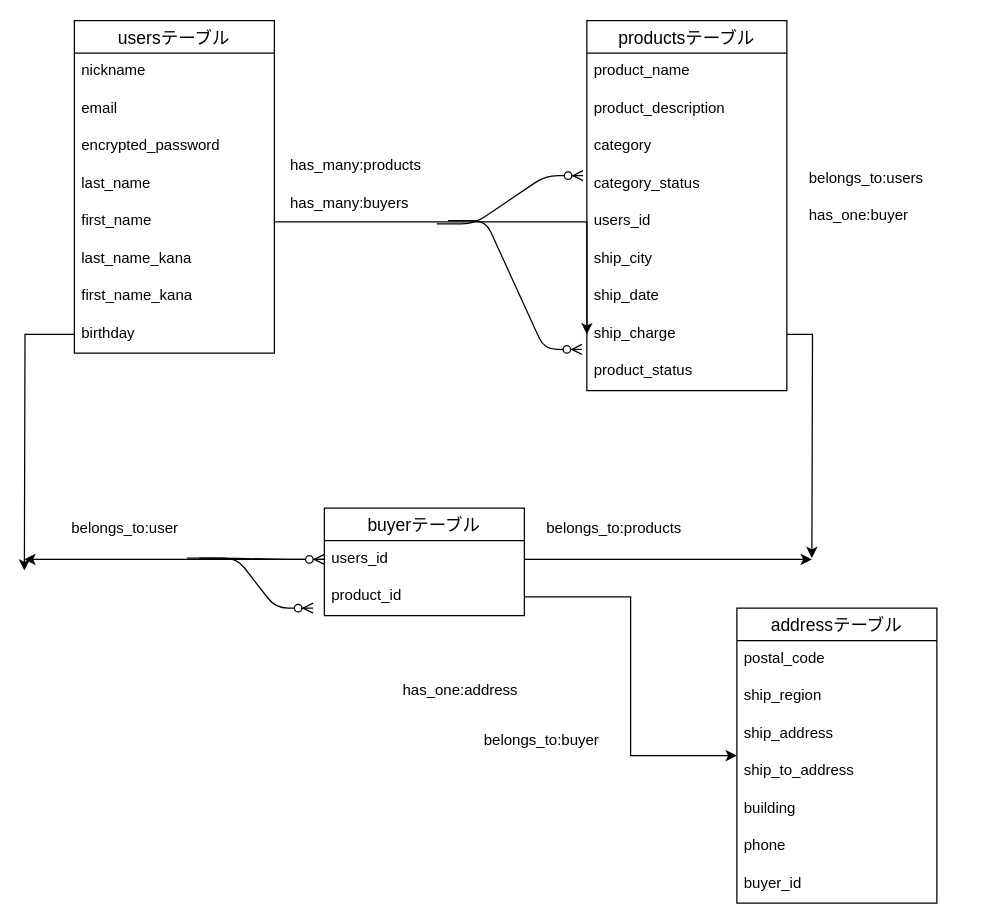
yuuki-ebinuma/furima-34477 keeps this draw.io diagram as er.dio. Above is the earlier version. Source tidied: cells renumbered, new cells numbered last; positions are measured from the earlier drawing's top-left corner, leaving out a move shared by most shapes. Both pictures are drawn from the tidied source at 125%, with x=0, y=0 at pixel (24, 20).
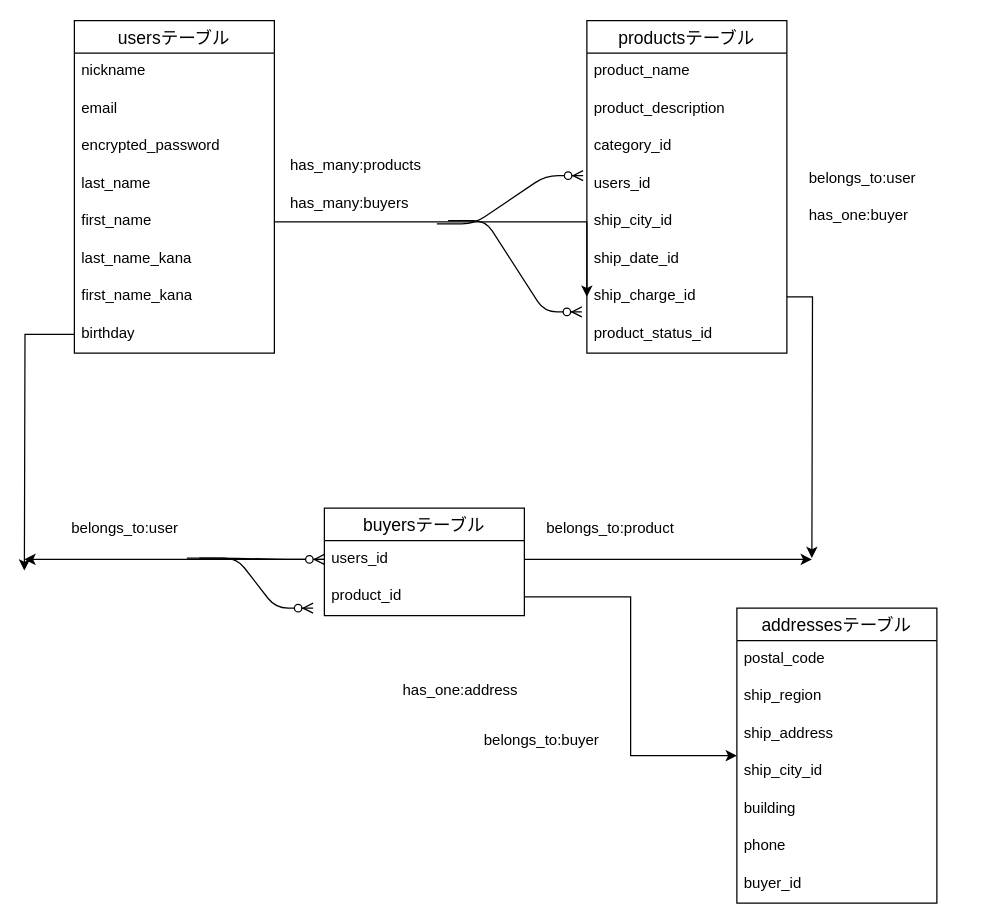
The same page after the edit.

Commit message (it also covers changes not shown here):
データベース修正2

The change refers to these unchanged cells:
```xml
<mxCell id="46" style="shape=partialRectangle;fillColor=none;top=0;left=0;bottom=0;right=0;" parent="45" vertex="1">
  <mxGeometry width="180" height="30" as="geometry" />
</mxCell>
<mxCell id="54" style="shape=partialRectangle;fillColor=none;top=0;left=0;bottom=0;right=0;" parent="53" vertex="1">
  <mxGeometry width="180" height="30" as="geometry" />
</mxCell>
```

Diff of the diagram source:
```diff
@@
     <mxCell id="11" value="productsテーブル" style="swimlane;fontStyle=0;horizontal=1;startSize=26;align=center;fontSize=14;" parent="1" vertex="1">
-      <mxGeometry x="450" width="160" height="296" as="geometry" />
+      <mxGeometry x="450" width="160" height="266" as="geometry" />
     </mxCell>
@@
-    <mxCell id="14" value="category" style="text;strokeColor=none;fillColor=none;spacingLeft=4;spacingRight=4;overflow=hidden;fontSize=12;" parent="11" vertex="1">
+    <mxCell id="14" value="category_id" style="text;strokeColor=none;fillColor=none;spacingLeft=4;spacingRight=4;overflow=hidden;fontSize=12;" parent="11" vertex="1">
       <mxGeometry y="86" width="160" height="30" as="geometry" />
     </mxCell>
-    <mxCell id="15" value="category_status" style="text;strokeColor=none;fillColor=none;spacingLeft=4;spacingRight=4;overflow=hidden;points=[[0,0.5],[1,0.5]];portConstraint=eastwest;fontSize=12;" parent="11" vertex="1">
-      <mxGeometry y="116" width="160" height="30" as="geometry" />
-    </mxCell>
     <mxCell id="16" value="users_id" style="text;strokeColor=none;fillColor=none;spacingLeft=4;spacingRight=4;overflow=hidden;fontSize=12;" parent="11" vertex="1">
-      <mxGeometry y="146" width="160" height="30" as="geometry" />
+      <mxGeometry y="116" width="160" height="30" as="geometry" />
     </mxCell>
-    <mxCell id="17" value="ship_city" style="text;strokeColor=none;fillColor=none;spacingLeft=4;spacingRight=4;overflow=hidden;fontSize=12;" parent="11" vertex="1">
-      <mxGeometry y="176" width="160" height="30" as="geometry" />
+    <mxCell id="17" value="ship_city_id" style="text;strokeColor=none;fillColor=none;spacingLeft=4;spacingRight=4;overflow=hidden;fontSize=12;" parent="11" vertex="1">
+      <mxGeometry y="146" width="160" height="30" as="geometry" />
     </mxCell>
-    <mxCell id="18" value="ship_date" style="text;strokeColor=none;fillColor=none;spacingLeft=4;spacingRight=4;overflow=hidden;fontSize=12;" parent="11" vertex="1">
-      <mxGeometry y="206" width="160" height="30" as="geometry" />
+    <mxCell id="18" value="ship_date_id" style="text;strokeColor=none;fillColor=none;spacingLeft=4;spacingRight=4;overflow=hidden;fontSize=12;" parent="11" vertex="1">
+      <mxGeometry y="176" width="160" height="30" as="geometry" />
     </mxCell>
-    <mxCell id="19" value="ship_charge" style="text;strokeColor=none;fillColor=none;spacingLeft=4;spacingRight=4;overflow=hidden;points=[[0,0.5],[1,0.5]];portConstraint=eastwest;fontSize=12;" parent="11" vertex="1">
-      <mxGeometry y="236" width="160" height="30" as="geometry" />
+    <mxCell id="19" value="ship_charge_id" style="text;strokeColor=none;fillColor=none;spacingLeft=4;spacingRight=4;overflow=hidden;points=[[0,0.5],[1,0.5]];portConstraint=eastwest;fontSize=12;" parent="11" vertex="1">
+      <mxGeometry y="206" width="160" height="30" as="geometry" />
     </mxCell>
-    <mxCell id="20" value="product_status" style="text;strokeColor=none;fillColor=none;spacingLeft=4;spacingRight=4;overflow=hidden;fontSize=12;" parent="11" vertex="1">
-      <mxGeometry y="266" width="160" height="30" as="geometry" />
+    <mxCell id="20" value="product_status_id" style="text;strokeColor=none;fillColor=none;spacingLeft=4;spacingRight=4;overflow=hidden;fontSize=12;" parent="11" vertex="1">
+      <mxGeometry y="236" width="160" height="30" as="geometry" />
     </mxCell>
-    <mxCell id="21" value="buyerテーブル" style="swimlane;fontStyle=0;horizontal=1;startSize=26;align=center;fontSize=14;" parent="1" vertex="1">
+    <mxCell id="21" value="buyersテーブル" style="swimlane;fontStyle=0;horizontal=1;startSize=26;align=center;fontSize=14;" parent="1" vertex="1">
       <mxGeometry x="240" y="390" width="160" height="86" as="geometry" />
     </mxCell>
@@
-    <mxCell id="24" value="addressテーブル" style="swimlane;fontStyle=0;horizontal=1;startSize=26;align=center;fontSize=14;" parent="1" vertex="1">
+    <mxCell id="24" value="addressesテーブル" style="swimlane;fontStyle=0;horizontal=1;startSize=26;align=center;fontSize=14;" parent="1" vertex="1">
       <mxGeometry x="570" y="470" width="160" height="236" as="geometry" />
     </mxCell>
@@
-    <mxCell id="28" value="ship_to_address" style="text;strokeColor=none;fillColor=none;spacingLeft=4;spacingRight=4;overflow=hidden;fontSize=12;" parent="24" vertex="1">
+    <mxCell id="28" value="ship_city_id" style="text;strokeColor=none;fillColor=none;spacingLeft=4;spacingRight=4;overflow=hidden;fontSize=12;" parent="24" vertex="1">
       <mxGeometry y="116" width="160" height="30" as="geometry" />
     </mxCell>
@@
-    <mxCell id="39" style="edgeStyle=entityRelationEdgeStyle;fontSize=12;html=1;endArrow=ERzeroToMany;endFill=1;entryX=-0.019;entryY=0.267;entryDx=0;entryDy=0;entryPerimeter=0;" parent="1" edge="1" target="15">
+    <mxCell id="39" style="edgeStyle=entityRelationEdgeStyle;fontSize=12;html=1;endArrow=ERzeroToMany;endFill=1;entryX=-0.019;entryY=0.267;entryDx=0;entryDy=0;entryPerimeter=0;" parent="1" edge="1">
       <mxGeometry relative="1" as="geometry">
         <mxPoint x="330" y="162.5" as="sourcePoint" />
+        <mxPoint x="447" y="124" as="targetPoint" />
       </mxGeometry>
     </mxCell>
@@
-    <mxCell id="48" value="belongs_to:users" style="shape=partialRectangle;fillColor=none;top=0;left=0;bottom=0;right=0;align=left;spacingLeft=6;overflow=hidden;" parent="46" vertex="1">
+    <mxCell id="48" value="belongs_to:user" style="shape=partialRectangle;fillColor=none;top=0;left=0;bottom=0;right=0;align=left;spacingLeft=6;overflow=hidden;" parent="46" vertex="1">
       <mxGeometry x="30" width="150" height="30" as="geometry" />
     </mxCell>
@@
-    <mxCell id="56" value="belongs_to:products" style="shape=partialRectangle;fillColor=none;top=0;left=0;bottom=0;right=0;align=left;spacingLeft=6;overflow=hidden;" parent="54" vertex="1">
+    <mxCell id="56" value="belongs_to:product" style="shape=partialRectangle;fillColor=none;top=0;left=0;bottom=0;right=0;align=left;spacingLeft=6;overflow=hidden;" parent="54" vertex="1">
       <mxGeometry x="30" width="150" height="30" as="geometry" />
     </mxCell>
```
